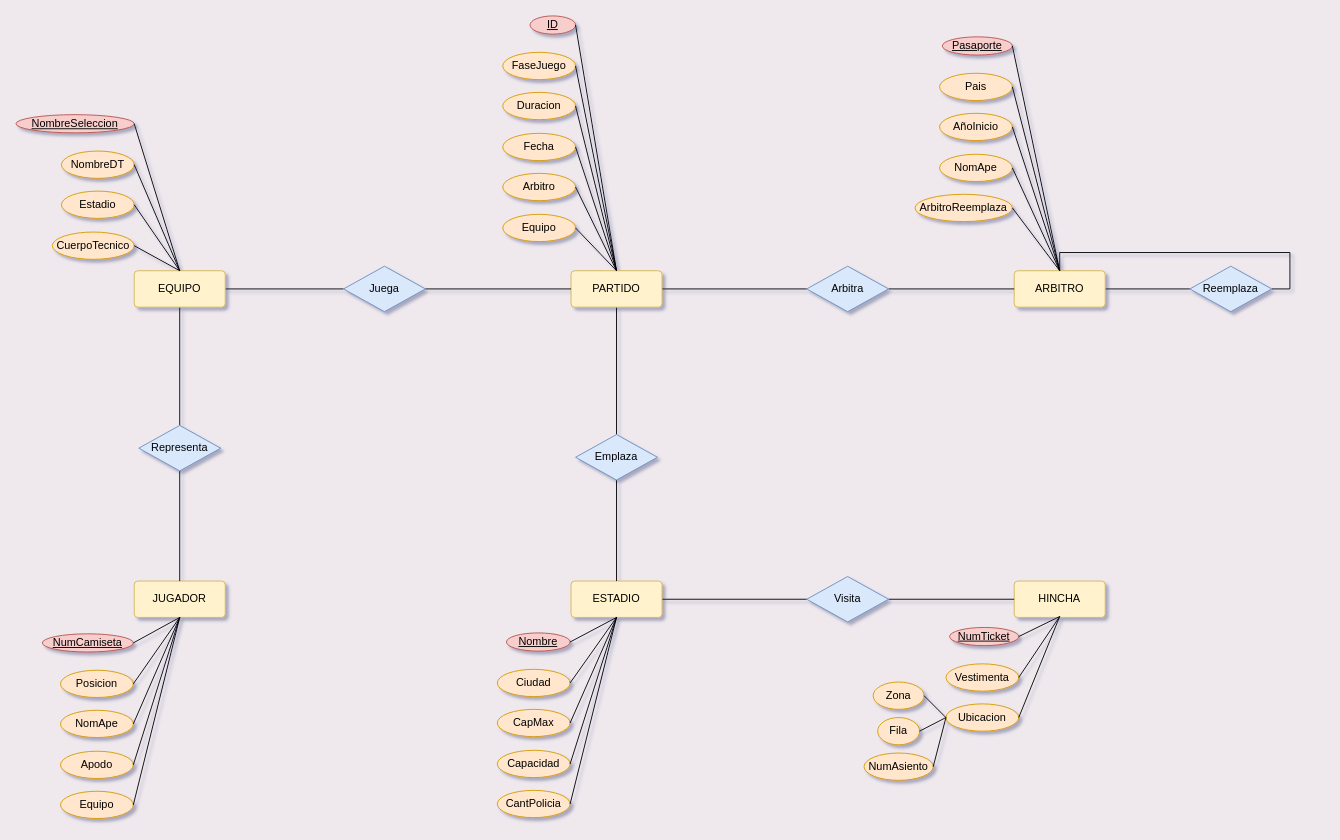
VeraAceves/NT-BD keeps this draw.io diagram as Diagrama2-4.drawio. Above is the earlier version. Source tidied: cells renumbered, new cells numbered last; positions are measured from the earlier drawing's top-left corner, leaving out a move shared by most shapes. Both pictures are drawn from the tidied source at 91%, with x=0, y=0 at pixel (15, 15).
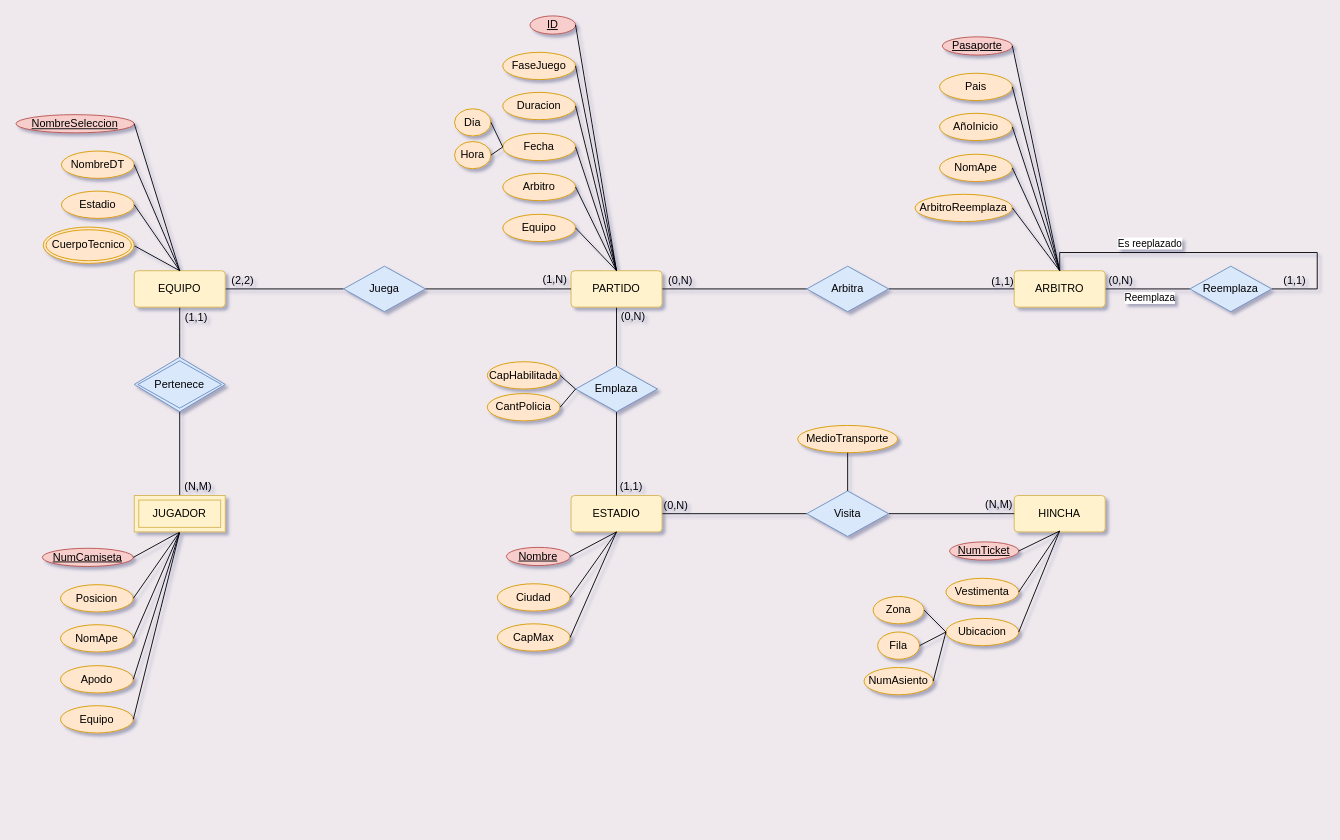
The same page after the edit.

The change refers to these unchanged cells:
```xml
<mxCell id="2" style="edgeStyle=orthogonalEdgeStyle;rounded=0;jettySize=auto;html=1;entryX=0;entryY=0.5;entryDx=0;entryDy=0;endArrow=none;endFill=0;" parent="1" edge="1" source="3" target="15">
  <mxGeometry relative="1" as="geometry" />
</mxCell>
<mxCell id="3" value="ARBITRO" style="rounded=1;arcSize=10;whiteSpace=wrap;html=1;align=center;fillColor=#fff2cc;strokeColor=#d6b656;" parent="1" vertex="1">
  <mxGeometry x="1097" y="280" width="100" height="40" as="geometry" />
</mxCell>
<mxCell id="7" value="EQUIPO" style="rounded=1;arcSize=10;whiteSpace=wrap;html=1;align=center;fillColor=#fff2cc;strokeColor=#d6b656;" parent="1" vertex="1">
  <mxGeometry x="130" y="280" width="100" height="40" as="geometry" />
</mxCell>
<mxCell id="15" value="Reemplaza" style="shape=rhombus;perimeter=rhombusPerimeter;whiteSpace=wrap;html=1;align=center;fillColor=#dae8fc;strokeColor=#6c8ebf;" parent="1" vertex="1">
  <mxGeometry x="1290" y="275" width="90" height="50" as="geometry" />
</mxCell>
<mxCell id="29" value="Fecha" style="ellipse;whiteSpace=wrap;html=1;align=center;fillColor=#ffe6cc;strokeColor=#d79b00;" parent="1" vertex="1">
  <mxGeometry x="535" y="129" width="80" height="30" as="geometry" />
</mxCell>
```

Change to the diagram source:
```diff
@@
+    <mxCell id="88" value="Reemplaza" style="edgeLabel;html=1;align=center;verticalAlign=middle;" parent="2" vertex="1">
+      <mxGeometry x="0.04" relative="1" as="geometry">
+        <mxPoint y="9" as="offset" />
+      </mxGeometry>
+    </mxCell>
@@
-    <mxCell id="4" value="JUGADOR" style="rounded=1;arcSize=10;whiteSpace=wrap;html=1;align=center;fillColor=#fff2cc;strokeColor=#d6b656;" parent="1" vertex="1">
-      <mxGeometry x="130" y="621" width="100" height="40" as="geometry" />
-    </mxCell>
@@
-    <mxCell id="6" style="edgeStyle=orthogonalEdgeStyle;rounded=0;jettySize=auto;html=1;entryX=0.5;entryY=0;entryDx=0;entryDy=0;endArrow=none;endFill=0;" parent="1" edge="1" source="7" target="23">
-      <mxGeometry relative="1" as="geometry" />
+    <mxCell id="6" style="edgeStyle=orthogonalEdgeStyle;rounded=0;jettySize=auto;html=1;entryX=0.5;entryY=0;entryDx=0;entryDy=0;endArrow=none;endFill=0;" parent="1" edge="1" source="7">
+      <mxGeometry relative="1" as="geometry">
+        <mxPoint x="180" y="375" as="targetPoint" />
+      </mxGeometry>
     </mxCell>
@@
     <mxCell id="8" value="HINCHA" style="rounded=1;arcSize=10;whiteSpace=wrap;html=1;align=center;fillColor=#fff2cc;strokeColor=#d6b656;" parent="1" vertex="1">
-      <mxGeometry x="1097" y="621" width="100" height="40" as="geometry" />
+      <mxGeometry x="1097" y="527" width="100" height="40" as="geometry" />
     </mxCell>
@@
     <mxCell id="13" value="ESTADIO" style="rounded=1;arcSize=10;whiteSpace=wrap;html=1;align=center;fillColor=#fff2cc;strokeColor=#d6b656;" parent="1" vertex="1">
-      <mxGeometry x="610" y="621" width="100" height="40" as="geometry" />
+      <mxGeometry x="610" y="527" width="100" height="40" as="geometry" />
     </mxCell>
     <mxCell id="14" style="edgeStyle=orthogonalEdgeStyle;rounded=0;jettySize=auto;html=1;entryX=0.5;entryY=0;entryDx=0;entryDy=0;exitX=1;exitY=0.5;exitDx=0;exitDy=0;endArrow=none;endFill=0;" parent="1" edge="1" source="15" target="3">
       <mxGeometry relative="1" as="geometry">
         <Array as="points">
-          <mxPoint x="1400" y="300" />
-          <mxPoint x="1400" y="260" />
+          <mxPoint x="1430" y="300" />
+          <mxPoint x="1430" y="260" />
           <mxPoint x="1147" y="260" />
         </Array>
       </mxGeometry>
     </mxCell>
+    <mxCell id="89" value="Es reeplazado" style="edgeLabel;html=1;align=center;verticalAlign=middle;" parent="14" vertex="1">
+      <mxGeometry x="0.34" y="-2" relative="1" as="geometry">
+        <mxPoint x="-12" y="-9" as="offset" />
+      </mxGeometry>
+    </mxCell>
@@
     <mxCell id="17" value="Visita" style="shape=rhombus;perimeter=rhombusPerimeter;whiteSpace=wrap;html=1;align=center;fillColor=#dae8fc;strokeColor=#6c8ebf;" parent="1" vertex="1">
-      <mxGeometry x="869" y="616" width="90" height="50" as="geometry" />
+      <mxGeometry x="869" y="522" width="90" height="50" as="geometry" />
     </mxCell>
@@
-    <mxCell id="22" style="edgeStyle=orthogonalEdgeStyle;rounded=0;jettySize=auto;html=1;entryX=0.5;entryY=0;entryDx=0;entryDy=0;endArrow=none;endFill=0;" parent="1" edge="1" source="23" target="4">
-      <mxGeometry relative="1" as="geometry" />
+    <mxCell id="22" style="edgeStyle=orthogonalEdgeStyle;rounded=0;orthogonalLoop=1;jettySize=auto;html=1;entryX=0.5;entryY=0;entryDx=0;entryDy=0;endArrow=none;endFill=0;" parent="1" edge="1">
+      <mxGeometry relative="1" as="geometry">
+        <mxPoint x="180" y="425" as="sourcePoint" />
+        <mxPoint x="180" y="527" as="targetPoint" />
+      </mxGeometry>
     </mxCell>
-    <mxCell id="23" value="Representa" style="shape=rhombus;perimeter=rhombusPerimeter;whiteSpace=wrap;html=1;align=center;fillColor=#dae8fc;strokeColor=#6c8ebf;" parent="1" vertex="1">
-      <mxGeometry x="135" y="450" width="90" height="50" as="geometry" />
-    </mxCell>
@@
     <mxCell id="25" value="Emplaza" style="shape=rhombus;perimeter=rhombusPerimeter;whiteSpace=wrap;html=1;align=center;fillColor=#dae8fc;strokeColor=#6c8ebf;" parent="1" vertex="1">
-      <mxGeometry x="615" y="460" width="90" height="50" as="geometry" />
+      <mxGeometry x="615" y="385" width="90" height="50" as="geometry" />
     </mxCell>
@@
-    <mxCell id="51" value="CuerpoTecnico" style="ellipse;whiteSpace=wrap;html=1;align=center;fillColor=#ffe6cc;strokeColor=#d79b00;" parent="1" vertex="1">
-      <mxGeometry x="40" y="237.5" width="90" height="30" as="geometry" />
-    </mxCell>
@@
-    <mxCell id="55" style="endArrow=none;html=1;rounded=0;exitX=1;exitY=0.5;exitDx=0;exitDy=0;entryX=0.5;entryY=0;entryDx=0;entryDy=0;" parent="1" edge="1" source="51" target="7">
-      <mxGeometry relative="1" as="geometry" />
+    <mxCell id="55" style="endArrow=none;html=1;rounded=0;exitX=1;exitY=0.5;exitDx=0;exitDy=0;entryX=0.5;entryY=0;entryDx=0;entryDy=0;" parent="1" edge="1" target="7">
+      <mxGeometry relative="1" as="geometry">
+        <mxPoint x="130" y="252.5" as="sourcePoint" />
+      </mxGeometry>
     </mxCell>
     <mxCell id="56" value="NumCamiseta" style="ellipse;whiteSpace=wrap;html=1;align=center;fontStyle=4;fillColor=#f8cecc;strokeColor=#b85450;" parent="1" vertex="1">
-      <mxGeometry x="29" y="679" width="100" height="20" as="geometry" />
+      <mxGeometry x="29" y="585" width="100" height="20" as="geometry" />
     </mxCell>
     <mxCell id="57" value="NomApe" style="ellipse;whiteSpace=wrap;html=1;align=center;fillColor=#ffe6cc;strokeColor=#d79b00;" parent="1" vertex="1">
-      <mxGeometry x="49" y="763" width="80" height="30" as="geometry" />
+      <mxGeometry x="49" y="669" width="80" height="30" as="geometry" />
     </mxCell>
     <mxCell id="58" value="Posicion" style="ellipse;whiteSpace=wrap;html=1;align=center;fillColor=#ffe6cc;strokeColor=#d79b00;" parent="1" vertex="1">
-      <mxGeometry x="49" y="719" width="80" height="30" as="geometry" />
+      <mxGeometry x="49" y="625" width="80" height="30" as="geometry" />
     </mxCell>
     <mxCell id="59" value="Apodo" style="ellipse;whiteSpace=wrap;html=1;align=center;fillColor=#ffe6cc;strokeColor=#d79b00;" parent="1" vertex="1">
-      <mxGeometry x="49" y="808" width="80" height="30" as="geometry" />
+      <mxGeometry x="49" y="714" width="80" height="30" as="geometry" />
     </mxCell>
     <mxCell id="60" value="Equipo" style="ellipse;whiteSpace=wrap;html=1;align=center;fillColor=#ffe6cc;strokeColor=#d79b00;" parent="1" vertex="1">
-      <mxGeometry x="49" y="852" width="80" height="30" as="geometry" />
+      <mxGeometry x="49" y="758" width="80" height="30" as="geometry" />
     </mxCell>
-    <mxCell id="61" style="endArrow=none;html=1;rounded=0;exitX=1;exitY=0.5;exitDx=0;exitDy=0;entryX=0.5;entryY=1;entryDx=0;entryDy=0;" parent="1" edge="1" source="56" target="4">
-      <mxGeometry relative="1" as="geometry" />
+    <mxCell id="61" style="endArrow=none;html=1;rounded=0;exitX=1;exitY=0.5;exitDx=0;exitDy=0;entryX=0.5;entryY=1;entryDx=0;entryDy=0;" parent="1" edge="1" source="56">
+      <mxGeometry relative="1" as="geometry">
+        <mxPoint x="180" y="567" as="targetPoint" />
+      </mxGeometry>
     </mxCell>
-    <mxCell id="62" style="endArrow=none;html=1;rounded=0;exitX=1;exitY=0.5;exitDx=0;exitDy=0;entryX=0.5;entryY=1;entryDx=0;entryDy=0;" parent="1" edge="1" source="58" target="4">
-      <mxGeometry relative="1" as="geometry" />
+    <mxCell id="62" style="endArrow=none;html=1;rounded=0;exitX=1;exitY=0.5;exitDx=0;exitDy=0;entryX=0.5;entryY=1;entryDx=0;entryDy=0;" parent="1" edge="1" source="58">
+      <mxGeometry relative="1" as="geometry">
+        <mxPoint x="180" y="567" as="targetPoint" />
+      </mxGeometry>
     </mxCell>
-    <mxCell id="63" style="endArrow=none;html=1;rounded=0;exitX=1;exitY=0.5;exitDx=0;exitDy=0;entryX=0.5;entryY=1;entryDx=0;entryDy=0;" parent="1" edge="1" source="57" target="4">
-      <mxGeometry relative="1" as="geometry" />
+    <mxCell id="63" style="endArrow=none;html=1;rounded=0;exitX=1;exitY=0.5;exitDx=0;exitDy=0;entryX=0.5;entryY=1;entryDx=0;entryDy=0;" parent="1" edge="1" source="57">
+      <mxGeometry relative="1" as="geometry">
+        <mxPoint x="180" y="567" as="targetPoint" />
+      </mxGeometry>
     </mxCell>
-    <mxCell id="64" style="endArrow=none;html=1;rounded=0;exitX=1;exitY=0.5;exitDx=0;exitDy=0;entryX=0.5;entryY=1;entryDx=0;entryDy=0;" parent="1" edge="1" source="59" target="4">
-      <mxGeometry relative="1" as="geometry" />
+    <mxCell id="64" style="endArrow=none;html=1;rounded=0;exitX=1;exitY=0.5;exitDx=0;exitDy=0;entryX=0.5;entryY=1;entryDx=0;entryDy=0;" parent="1" edge="1" source="59">
+      <mxGeometry relative="1" as="geometry">
+        <mxPoint x="180" y="567" as="targetPoint" />
+      </mxGeometry>
     </mxCell>
-    <mxCell id="65" style="endArrow=none;html=1;rounded=0;exitX=1;exitY=0.5;exitDx=0;exitDy=0;entryX=0.5;entryY=1;entryDx=0;entryDy=0;" parent="1" edge="1" source="60" target="4">
-      <mxGeometry relative="1" as="geometry" />
+    <mxCell id="65" style="endArrow=none;html=1;rounded=0;exitX=1;exitY=0.5;exitDx=0;exitDy=0;entryX=0.5;entryY=1;entryDx=0;entryDy=0;" parent="1" edge="1" source="60">
+      <mxGeometry relative="1" as="geometry">
+        <mxPoint x="180" y="567" as="targetPoint" />
+      </mxGeometry>
     </mxCell>
     <mxCell id="66" value="Nombre" style="ellipse;whiteSpace=wrap;html=1;align=center;fontStyle=4;fillColor=#f8cecc;strokeColor=#b85450;" parent="1" vertex="1">
-      <mxGeometry x="539" y="678" width="70" height="20" as="geometry" />
+      <mxGeometry x="539" y="584" width="70" height="20" as="geometry" />
     </mxCell>
     <mxCell id="67" value="CapMax" style="ellipse;whiteSpace=wrap;html=1;align=center;fillColor=#ffe6cc;strokeColor=#d79b00;" parent="1" vertex="1">
-      <mxGeometry x="529" y="762" width="80" height="30" as="geometry" />
+      <mxGeometry x="529" y="668" width="80" height="30" as="geometry" />
     </mxCell>
     <mxCell id="68" value="Ciudad" style="ellipse;whiteSpace=wrap;html=1;align=center;fillColor=#ffe6cc;strokeColor=#d79b00;" parent="1" vertex="1">
-      <mxGeometry x="529" y="718" width="80" height="30" as="geometry" />
+      <mxGeometry x="529" y="624" width="80" height="30" as="geometry" />
     </mxCell>
-    <mxCell id="69" value="Capacidad" style="ellipse;whiteSpace=wrap;html=1;align=center;fillColor=#ffe6cc;strokeColor=#d79b00;" parent="1" vertex="1">
-      <mxGeometry x="529" y="807" width="80" height="30" as="geometry" />
+    <mxCell id="69" value="CapHabilitada" style="ellipse;whiteSpace=wrap;html=1;align=center;fillColor=#ffe6cc;strokeColor=#d79b00;" parent="1" vertex="1">
+      <mxGeometry x="518" y="380" width="80" height="30" as="geometry" />
     </mxCell>
     <mxCell id="70" value="CantPolicia" style="ellipse;whiteSpace=wrap;html=1;align=center;fillColor=#ffe6cc;strokeColor=#d79b00;" parent="1" vertex="1">
-      <mxGeometry x="529" y="851" width="80" height="30" as="geometry" />
+      <mxGeometry x="518" y="415" width="80" height="30" as="geometry" />
     </mxCell>
@@
-    <mxCell id="74" style="endArrow=none;html=1;rounded=0;exitX=1;exitY=0.5;exitDx=0;exitDy=0;entryX=0.5;entryY=1;entryDx=0;entryDy=0;" parent="1" edge="1" source="69" target="13">
+    <mxCell id="74" style="endArrow=none;html=1;rounded=0;exitX=1;exitY=0.5;exitDx=0;exitDy=0;entryX=0;entryY=0.5;entryDx=0;entryDy=0;" parent="1" edge="1" source="69" target="25">
       <mxGeometry relative="1" as="geometry" />
     </mxCell>
-    <mxCell id="75" style="endArrow=none;html=1;rounded=0;exitX=1;exitY=0.5;exitDx=0;exitDy=0;entryX=0.5;entryY=1;entryDx=0;entryDy=0;" parent="1" edge="1" source="70" target="13">
+    <mxCell id="75" style="endArrow=none;html=1;rounded=0;exitX=1;exitY=0.5;exitDx=0;exitDy=0;entryX=0;entryY=0.5;entryDx=0;entryDy=0;" parent="1" edge="1" source="70" target="25">
       <mxGeometry relative="1" as="geometry" />
     </mxCell>
     <mxCell id="76" value="NumTicket" style="ellipse;whiteSpace=wrap;html=1;align=center;fontStyle=4;fillColor=#f8cecc;strokeColor=#b85450;" parent="1" vertex="1">
-      <mxGeometry x="1026" y="672" width="76" height="20" as="geometry" />
+      <mxGeometry x="1026" y="578" width="76" height="20" as="geometry" />
     </mxCell>
     <mxCell id="77" value="Ubicacion" style="ellipse;whiteSpace=wrap;html=1;align=center;fillColor=#ffe6cc;strokeColor=#d79b00;" parent="1" vertex="1">
-      <mxGeometry x="1022" y="756" width="80" height="30" as="geometry" />
+      <mxGeometry x="1022" y="662" width="80" height="30" as="geometry" />
     </mxCell>
     <mxCell id="78" value="Vestimenta" style="ellipse;whiteSpace=wrap;html=1;align=center;fillColor=#ffe6cc;strokeColor=#d79b00;" parent="1" vertex="1">
-      <mxGeometry x="1022" y="712" width="80" height="30" as="geometry" />
+      <mxGeometry x="1022" y="618" width="80" height="30" as="geometry" />
     </mxCell>
     <mxCell id="79" value="Zona" style="ellipse;whiteSpace=wrap;html=1;align=center;fillColor=#ffe6cc;strokeColor=#d79b00;" parent="1" vertex="1">
-      <mxGeometry x="942" y="732" width="56" height="30" as="geometry" />
+      <mxGeometry x="942" y="638" width="56" height="30" as="geometry" />
     </mxCell>
     <mxCell id="80" value="Fila" style="ellipse;whiteSpace=wrap;html=1;align=center;fillColor=#ffe6cc;strokeColor=#d79b00;" parent="1" vertex="1">
-      <mxGeometry x="947" y="771" width="46" height="30" as="geometry" />
+      <mxGeometry x="947" y="677" width="46" height="30" as="geometry" />
     </mxCell>
     <mxCell id="81" style="endArrow=none;html=1;rounded=0;exitX=1;exitY=0.5;exitDx=0;exitDy=0;entryX=0.5;entryY=1;entryDx=0;entryDy=0;" parent="1" edge="1" source="76">
       <mxGeometry relative="1" as="geometry">
-        <mxPoint x="1147" y="660" as="targetPoint" />
+        <mxPoint x="1147" y="566" as="targetPoint" />
       </mxGeometry>
     </mxCell>
     <mxCell id="82" style="endArrow=none;html=1;rounded=0;exitX=1;exitY=0.5;exitDx=0;exitDy=0;entryX=0.5;entryY=1;entryDx=0;entryDy=0;" parent="1" edge="1" source="78">
       <mxGeometry relative="1" as="geometry">
-        <mxPoint x="1147" y="660" as="targetPoint" />
+        <mxPoint x="1147" y="566" as="targetPoint" />
       </mxGeometry>
     </mxCell>
     <mxCell id="83" style="endArrow=none;html=1;rounded=0;exitX=1;exitY=0.5;exitDx=0;exitDy=0;entryX=0.5;entryY=1;entryDx=0;entryDy=0;" parent="1" edge="1" source="77">
       <mxGeometry relative="1" as="geometry">
-        <mxPoint x="1147" y="660" as="targetPoint" />
+        <mxPoint x="1147" y="566" as="targetPoint" />
       </mxGeometry>
     </mxCell>
@@
     <mxCell id="86" value="NumAsiento" style="ellipse;whiteSpace=wrap;html=1;align=center;fillColor=#ffe6cc;strokeColor=#d79b00;" parent="1" vertex="1">
-      <mxGeometry x="932" y="810" width="76" height="30" as="geometry" />
+      <mxGeometry x="932" y="716" width="76" height="30" as="geometry" />
     </mxCell>
@@
+    <mxCell id="90" value="(N,M)" style="text;html=1;align=center;verticalAlign=middle;strokeColor=none;fillColor=none;" parent="1" vertex="1">
+      <mxGeometry x="175" y="502" width="50" height="30" as="geometry" />
+    </mxCell>
+    <mxCell id="91" value="(1,1)" style="text;html=1;align=center;verticalAlign=middle;strokeColor=none;fillColor=none;" parent="1" vertex="1">
+      <mxGeometry x="173" y="317" width="50" height="30" as="geometry" />
+    </mxCell>
+    <mxCell id="92" value="(1,N)" style="text;html=1;align=center;verticalAlign=middle;strokeColor=none;fillColor=none;" parent="1" vertex="1">
+      <mxGeometry x="567" y="275" width="50" height="30" as="geometry" />
+    </mxCell>
+    <mxCell id="93" value="(2,2)" style="text;html=1;align=center;verticalAlign=middle;strokeColor=none;fillColor=none;" parent="1" vertex="1">
+      <mxGeometry x="224" y="276" width="50" height="30" as="geometry" />
+    </mxCell>
+    <mxCell id="94" value="(0,N)" style="text;html=1;align=center;verticalAlign=middle;strokeColor=none;fillColor=none;" parent="1" vertex="1">
+      <mxGeometry x="705" y="276" width="50" height="30" as="geometry" />
+    </mxCell>
+    <mxCell id="95" value="(1,1)" style="text;html=1;align=center;verticalAlign=middle;strokeColor=none;fillColor=none;" parent="1" vertex="1">
+      <mxGeometry x="1059" y="277" width="50" height="30" as="geometry" />
+    </mxCell>
+    <mxCell id="96" value="(1,1)" style="text;html=1;align=center;verticalAlign=middle;strokeColor=none;fillColor=none;" parent="1" vertex="1">
+      <mxGeometry x="651" y="502" width="50" height="30" as="geometry" />
+    </mxCell>
+    <mxCell id="97" value="(0,N)" style="text;html=1;align=center;verticalAlign=middle;strokeColor=none;fillColor=none;" parent="1" vertex="1">
+      <mxGeometry x="653" y="316" width="50" height="30" as="geometry" />
+    </mxCell>
+    <mxCell id="98" value="MedioTransporte" style="ellipse;whiteSpace=wrap;html=1;align=center;fillColor=#ffe6cc;strokeColor=#d79b00;" parent="1" vertex="1">
+      <mxGeometry x="859" y="450" width="110" height="30" as="geometry" />
+    </mxCell>
+    <mxCell id="99" style="edgeStyle=orthogonalEdgeStyle;rounded=0;jettySize=auto;html=1;endArrow=none;endFill=0;exitX=0.5;exitY=1;exitDx=0;exitDy=0;entryX=0.5;entryY=0;entryDx=0;entryDy=0;" parent="1" edge="1" source="98" target="17">
+      <mxGeometry relative="1" as="geometry" />
+    </mxCell>
+    <mxCell id="100" value="(N,M)" style="text;html=1;align=center;verticalAlign=middle;strokeColor=none;fillColor=none;" parent="1" vertex="1">
+      <mxGeometry x="1055" y="522" width="50" height="30" as="geometry" />
+    </mxCell>
+    <mxCell id="101" value="(0,N)" style="text;html=1;align=center;verticalAlign=middle;strokeColor=none;fillColor=none;" parent="1" vertex="1">
+      <mxGeometry x="700" y="523" width="50" height="30" as="geometry" />
+    </mxCell>
+    <mxCell id="102" value="(0,N)" style="text;html=1;align=center;verticalAlign=middle;strokeColor=none;fillColor=none;" parent="1" vertex="1">
+      <mxGeometry x="1189" y="276" width="50" height="30" as="geometry" />
+    </mxCell>
+    <mxCell id="103" value="(1,1)" style="text;html=1;align=center;verticalAlign=middle;strokeColor=none;fillColor=none;" parent="1" vertex="1">
+      <mxGeometry x="1380" y="276" width="50" height="30" as="geometry" />
+    </mxCell>
+    <mxCell id="4" value="JUGADOR" style="shape=ext;margin=3;double=1;whiteSpace=wrap;html=1;align=center;fillColor=#fff2cc;strokeColor=#d6b656;" parent="1" vertex="1">
+      <mxGeometry x="130" y="527" width="100" height="40" as="geometry" />
+    </mxCell>
+    <mxCell id="104" value="Pertenece" style="shape=rhombus;double=1;perimeter=rhombusPerimeter;whiteSpace=wrap;html=1;align=center;fillColor=#dae8fc;strokeColor=#6c8ebf;" parent="1" vertex="1">
+      <mxGeometry x="130" y="375" width="100" height="60" as="geometry" />
+    </mxCell>
+    <mxCell id="51" value="CuerpoTecnico" style="ellipse;shape=doubleEllipse;margin=3;whiteSpace=wrap;html=1;align=center;fillColor=#ffe6cc;strokeColor=#d79b00;" parent="1" vertex="1">
+      <mxGeometry x="30" y="232" width="100" height="40" as="geometry" />
+    </mxCell>
+    <mxCell id="105" value="Dia" style="ellipse;whiteSpace=wrap;html=1;align=center;fillColor=#ffe6cc;strokeColor=#d79b00;" parent="1" vertex="1">
+      <mxGeometry x="482" y="102" width="40" height="30" as="geometry" />
+    </mxCell>
+    <mxCell id="106" value="Hora" style="ellipse;whiteSpace=wrap;html=1;align=center;fillColor=#ffe6cc;strokeColor=#d79b00;" parent="1" vertex="1">
+      <mxGeometry x="482" y="138" width="40" height="30" as="geometry" />
+    </mxCell>
+    <mxCell id="107" style="endArrow=none;html=1;rounded=0;exitX=1;exitY=0.5;exitDx=0;exitDy=0;entryX=0;entryY=0.5;entryDx=0;entryDy=0;" parent="1" edge="1" source="105" target="29">
+      <mxGeometry relative="1" as="geometry" />
+    </mxCell>
+    <mxCell id="108" style="endArrow=none;html=1;rounded=0;exitX=1;exitY=0.5;exitDx=0;exitDy=0;entryX=0;entryY=0.5;entryDx=0;entryDy=0;" parent="1" edge="1" source="106" target="29">
+      <mxGeometry relative="1" as="geometry" />
+    </mxCell>
```
